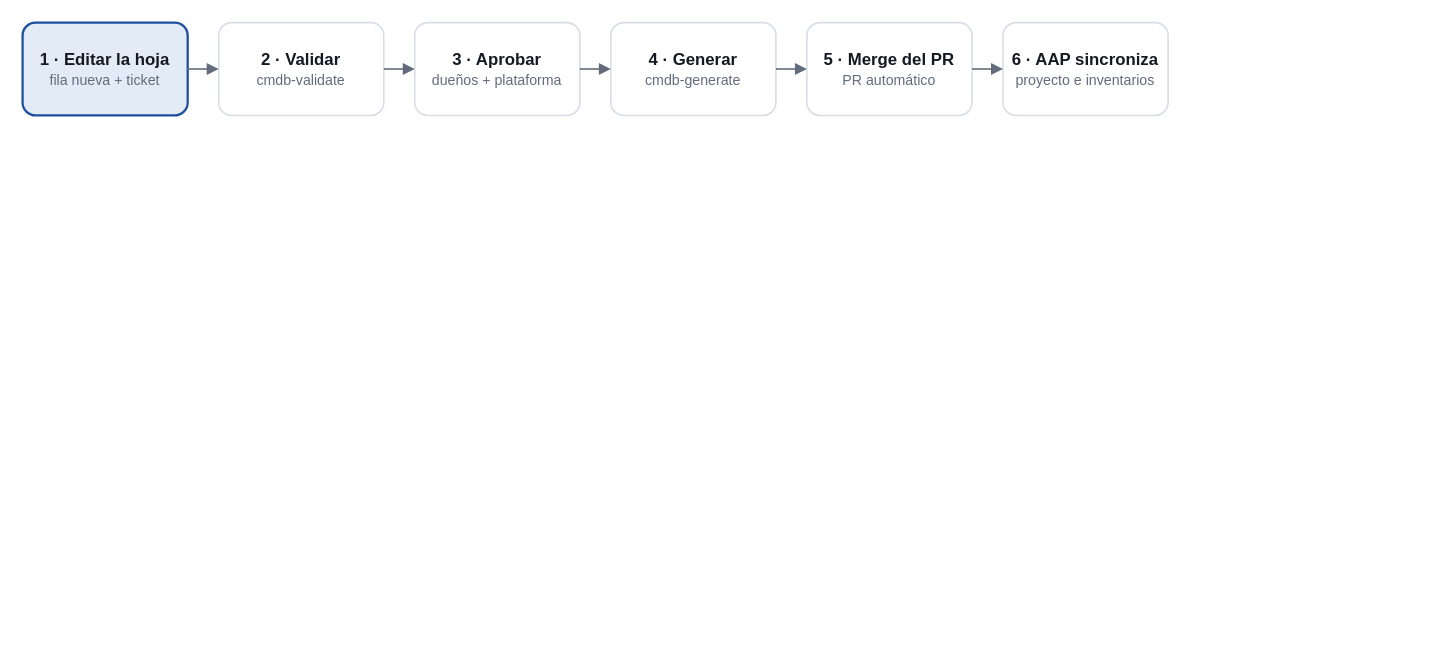
Before: 03-pipeline-hoja-de-alta.drawio in andresflorezp/test-code, a draw.io diagram. Source tidied: cells renumbered, new cells numbered last; positions are measured from the earlier drawing's top-left corner, leaving out a move shared by most shapes. Both pictures are drawn from the tidied source at 129%, with x=0, y=0 at pixel (22, 22).
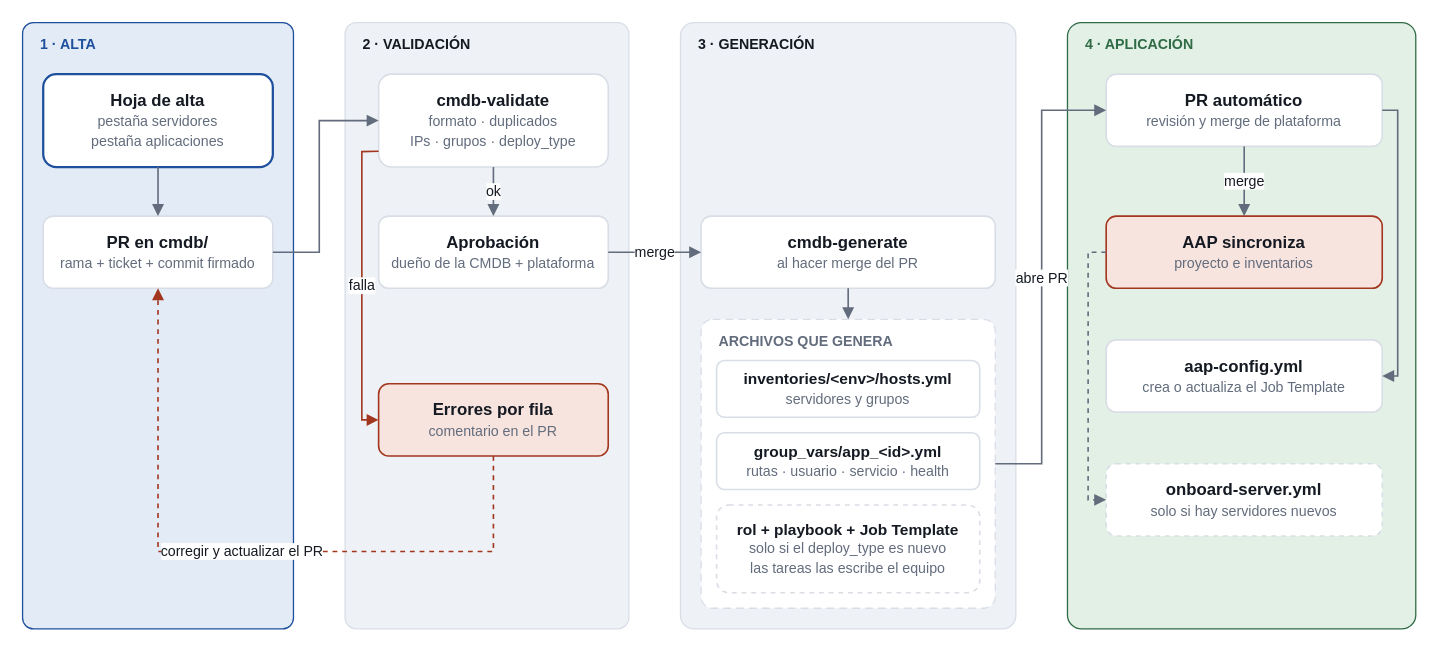
After the change.

Diff of the diagram source:
```diff
@@
-    <mxCell id="2" value="&lt;b&gt;1 · Editar la hoja&lt;/b&gt;&lt;br&gt;&lt;font style=&quot;font-size:11px&quot; color=&quot;#626c7c&quot;&gt;fila nueva + ticket&lt;/font&gt;" style="rounded=1;arcSize=14;whiteSpace=wrap;html=1;fillColor=#e3ebf7;strokeColor=#1d4f9c;strokeWidth=1.75;fontColor=#141922;fontSize=13;" parent="1" vertex="1">
-      <mxGeometry width="128" height="72" as="geometry" />
+    <mxCell id="2" value="1 · ALTA" style="rounded=1;arcSize=4;whiteSpace=wrap;html=1;fillColor=#e3ebf7;strokeColor=#1d4f9c;verticalAlign=top;align=left;spacingLeft=12;spacingTop=4;fontStyle=1;fontSize=11;fontColor=#1d4f9c;" parent="1" vertex="1">
+      <mxGeometry width="210" height="470" as="geometry" />
     </mxCell>
-    <mxCell id="3" value="&lt;b&gt;2 · Validar&lt;/b&gt;&lt;br&gt;&lt;font style=&quot;font-size:11px&quot; color=&quot;#626c7c&quot;&gt;cmdb-validate&lt;/font&gt;" style="rounded=1;arcSize=14;whiteSpace=wrap;html=1;fillColor=#ffffff;strokeColor=#d9dee6;strokeWidth=1.25;fontColor=#141922;fontSize=13;" parent="1" vertex="1">
-      <mxGeometry x="152" width="128" height="72" as="geometry" />
+    <mxCell id="3" value="2 · VALIDACIÓN" style="rounded=1;arcSize=4;whiteSpace=wrap;html=1;fillColor=#eef1f5;strokeColor=#d9dee6;verticalAlign=top;align=left;spacingLeft=12;spacingTop=4;fontStyle=1;fontSize=11;fontColor=#141922;" parent="1" vertex="1">
+      <mxGeometry x="250" width="220" height="470" as="geometry" />
     </mxCell>
-    <mxCell id="4" value="&lt;b&gt;3 · Aprobar&lt;/b&gt;&lt;br&gt;&lt;font style=&quot;font-size:11px&quot; color=&quot;#626c7c&quot;&gt;dueños + plataforma&lt;/font&gt;" style="rounded=1;arcSize=14;whiteSpace=wrap;html=1;fillColor=#ffffff;strokeColor=#d9dee6;strokeWidth=1.25;fontColor=#141922;fontSize=13;" parent="1" vertex="1">
-      <mxGeometry x="304" width="128" height="72" as="geometry" />
+    <mxCell id="4" value="3 · GENERACIÓN" style="rounded=1;arcSize=4;whiteSpace=wrap;html=1;fillColor=#eef1f5;strokeColor=#d9dee6;verticalAlign=top;align=left;spacingLeft=12;spacingTop=4;fontStyle=1;fontSize=11;fontColor=#141922;" parent="1" vertex="1">
+      <mxGeometry x="510" width="260" height="470" as="geometry" />
     </mxCell>
-    <mxCell id="5" value="&lt;b&gt;4 · Generar&lt;/b&gt;&lt;br&gt;&lt;font style=&quot;font-size:11px&quot; color=&quot;#626c7c&quot;&gt;cmdb-generate&lt;/font&gt;" style="rounded=1;arcSize=14;whiteSpace=wrap;html=1;fillColor=#ffffff;strokeColor=#d9dee6;strokeWidth=1.25;fontColor=#141922;fontSize=13;" parent="1" vertex="1">
-      <mxGeometry x="456" width="128" height="72" as="geometry" />
+    <mxCell id="5" value="4 · APLICACIÓN" style="rounded=1;arcSize=4;whiteSpace=wrap;html=1;fillColor=#e2f0e6;strokeColor=#2f6b45;verticalAlign=top;align=left;spacingLeft=12;spacingTop=4;fontStyle=1;fontSize=11;fontColor=#2f6b45;" parent="1" vertex="1">
+      <mxGeometry x="810" width="270" height="470" as="geometry" />
     </mxCell>
-    <mxCell id="6" value="&lt;b&gt;5 · Merge del PR&lt;/b&gt;&lt;br&gt;&lt;font style=&quot;font-size:11px&quot; color=&quot;#626c7c&quot;&gt;PR automático&lt;/font&gt;" style="rounded=1;arcSize=14;whiteSpace=wrap;html=1;fillColor=#ffffff;strokeColor=#d9dee6;strokeWidth=1.25;fontColor=#141922;fontSize=13;" parent="1" vertex="1">
-      <mxGeometry x="608" width="128" height="72" as="geometry" />
+    <mxCell id="6" value="&lt;b&gt;Hoja de alta&lt;/b&gt;&lt;br&gt;&lt;font style=&quot;font-size:11px&quot; color=&quot;#626c7c&quot;&gt;pestaña servidores&lt;/font&gt;&lt;br&gt;&lt;font style=&quot;font-size:11px&quot; color=&quot;#626c7c&quot;&gt;pestaña aplicaciones&lt;/font&gt;" style="rounded=1;arcSize=14;whiteSpace=wrap;html=1;fillColor=#ffffff;strokeColor=#1d4f9c;strokeWidth=1.75;fontColor=#141922;fontSize=13;" parent="1" vertex="1">
+      <mxGeometry x="16" y="40" width="178" height="72" as="geometry" />
     </mxCell>
-    <mxCell id="7" value="&lt;b&gt;6 · AAP sincroniza&lt;/b&gt;&lt;br&gt;&lt;font style=&quot;font-size:11px&quot; color=&quot;#626c7c&quot;&gt;proyecto e inventarios&lt;/font&gt;" style="rounded=1;arcSize=14;whiteSpace=wrap;html=1;fillColor=#ffffff;strokeColor=#d9dee6;strokeWidth=1.25;fontColor=#141922;fontSize=13;" parent="1" vertex="1">
-      <mxGeometry x="760" width="128" height="72" as="geometry" />
+    <mxCell id="7" value="&lt;b&gt;PR en cmdb/&lt;/b&gt;&lt;br&gt;&lt;font style=&quot;font-size:11px&quot; color=&quot;#626c7c&quot;&gt;rama + ticket + commit firmado&lt;/font&gt;" style="rounded=1;arcSize=14;whiteSpace=wrap;html=1;fillColor=#ffffff;strokeColor=#d9dee6;strokeWidth=1.25;fontColor=#141922;fontSize=13;" parent="1" vertex="1">
+      <mxGeometry x="16" y="150" width="178" height="56" as="geometry" />
     </mxCell>
-    <mxCell id="8" style="html=1;rounded=0;strokeColor=#626c7c;strokeWidth=1.25;fontSize=11;fontColor=#141922;labelBackgroundColor=#ffffff;endArrow=block;endFill=1;startArrow=none;startFill=1;edgeStyle=none;exitX=1;exitY=0.5;exitDx=0;exitDy=0;entryX=0;entryY=0.5;entryDx=0;entryDy=0;" parent="1" edge="1" source="2" target="3">
-      <mxGeometry relative="1" as="geometry" />
+    <mxCell id="8" value="&lt;b&gt;cmdb-validate&lt;/b&gt;&lt;br&gt;&lt;font style=&quot;font-size:11px&quot; color=&quot;#626c7c&quot;&gt;formato · duplicados&lt;/font&gt;&lt;br&gt;&lt;font style=&quot;font-size:11px&quot; color=&quot;#626c7c&quot;&gt;IPs · grupos · deploy_type&lt;/font&gt;" style="rounded=1;arcSize=14;whiteSpace=wrap;html=1;fillColor=#ffffff;strokeColor=#d9dee6;strokeWidth=1.25;fontColor=#141922;fontSize=13;" parent="1" vertex="1">
+      <mxGeometry x="276" y="40" width="178" height="72" as="geometry" />
     </mxCell>
-    <mxCell id="9" style="html=1;rounded=0;strokeColor=#626c7c;strokeWidth=1.25;fontSize=11;fontColor=#141922;labelBackgroundColor=#ffffff;endArrow=block;endFill=1;startArrow=none;startFill=1;edgeStyle=none;exitX=1;exitY=0.5;exitDx=0;exitDy=0;entryX=0;entryY=0.5;entryDx=0;entryDy=0;" parent="1" edge="1" source="3" target="4">
-      <mxGeometry relative="1" as="geometry" />
+    <mxCell id="9" value="&lt;b&gt;Aprobación&lt;/b&gt;&lt;br&gt;&lt;font style=&quot;font-size:11px&quot; color=&quot;#626c7c&quot;&gt;dueño de la CMDB + plataforma&lt;/font&gt;" style="rounded=1;arcSize=14;whiteSpace=wrap;html=1;fillColor=#ffffff;strokeColor=#d9dee6;strokeWidth=1.25;fontColor=#141922;fontSize=13;" parent="1" vertex="1">
+      <mxGeometry x="276" y="150" width="178" height="56" as="geometry" />
     </mxCell>
-    <mxCell id="10" style="html=1;rounded=0;strokeColor=#626c7c;strokeWidth=1.25;fontSize=11;fontColor=#141922;labelBackgroundColor=#ffffff;endArrow=block;endFill=1;startArrow=none;startFill=1;edgeStyle=none;exitX=1;exitY=0.5;exitDx=0;exitDy=0;entryX=0;entryY=0.5;entryDx=0;entryDy=0;" parent="1" edge="1" source="4" target="5">
-      <mxGeometry relative="1" as="geometry" />
+    <mxCell id="10" value="&lt;b&gt;Errores por fila&lt;/b&gt;&lt;br&gt;&lt;font style=&quot;font-size:11px&quot; color=&quot;#626c7c&quot;&gt;comentario en el PR&lt;/font&gt;" style="rounded=1;arcSize=14;whiteSpace=wrap;html=1;fillColor=#f8e4df;strokeColor=#a2361f;strokeWidth=1.25;fontColor=#141922;fontSize=13;" parent="1" vertex="1">
+      <mxGeometry x="276" y="280" width="178" height="56" as="geometry" />
     </mxCell>
-    <mxCell id="11" style="html=1;rounded=0;strokeColor=#626c7c;strokeWidth=1.25;fontSize=11;fontColor=#141922;labelBackgroundColor=#ffffff;endArrow=block;endFill=1;startArrow=none;startFill=1;edgeStyle=none;exitX=1;exitY=0.5;exitDx=0;exitDy=0;entryX=0;entryY=0.5;entryDx=0;entryDy=0;" parent="1" edge="1" source="5" target="6">
-      <mxGeometry relative="1" as="geometry" />
+    <mxCell id="11" value="&lt;b&gt;cmdb-generate&lt;/b&gt;&lt;br&gt;&lt;font style=&quot;font-size:11px&quot; color=&quot;#626c7c&quot;&gt;al hacer merge del PR&lt;/font&gt;" style="rounded=1;arcSize=14;whiteSpace=wrap;html=1;fillColor=#ffffff;strokeColor=#d9dee6;strokeWidth=1.25;fontColor=#141922;fontSize=13;" parent="1" vertex="1">
+      <mxGeometry x="526" y="150" width="228" height="56" as="geometry" />
     </mxCell>
-    <mxCell id="12" style="html=1;rounded=0;strokeColor=#626c7c;strokeWidth=1.25;fontSize=11;fontColor=#141922;labelBackgroundColor=#ffffff;endArrow=block;endFill=1;startArrow=none;startFill=1;edgeStyle=none;exitX=1;exitY=0.5;exitDx=0;exitDy=0;entryX=0;entryY=0.5;entryDx=0;entryDy=0;" parent="1" edge="1" source="6" target="7">
-      <mxGeometry relative="1" as="geometry" />
+    <mxCell id="12" value="ARCHIVOS QUE GENERA" style="rounded=1;arcSize=4;whiteSpace=wrap;html=1;fillColor=#ffffff;strokeColor=#d9dee6;verticalAlign=top;align=left;spacingLeft=12;spacingTop=4;fontStyle=1;fontSize=11;fontColor=#626c7c;dashed=1;dashPattern=6 4;" parent="1" vertex="1">
+      <mxGeometry x="526" y="230" width="228" height="224" as="geometry" />
     </mxCell>
+    <mxCell id="13" value="&lt;b&gt;inventories/&amp;lt;env&amp;gt;/hosts.yml&lt;/b&gt;&lt;br&gt;&lt;font style=&quot;font-size:11px&quot; color=&quot;#626c7c&quot;&gt;servidores y grupos&lt;/font&gt;" style="rounded=1;arcSize=14;whiteSpace=wrap;html=1;fillColor=#ffffff;strokeColor=#d9dee6;strokeWidth=1.25;fontColor=#141922;fontSize=12;" parent="1" vertex="1">
+      <mxGeometry x="538" y="262" width="204" height="44" as="geometry" />
+    </mxCell>
+    <mxCell id="14" value="&lt;b&gt;group_vars/app_&amp;lt;id&amp;gt;.yml&lt;/b&gt;&lt;br&gt;&lt;font style=&quot;font-size:11px&quot; color=&quot;#626c7c&quot;&gt;rutas · usuario · servicio · health&lt;/font&gt;" style="rounded=1;arcSize=14;whiteSpace=wrap;html=1;fillColor=#ffffff;strokeColor=#d9dee6;strokeWidth=1.25;fontColor=#141922;fontSize=12;" parent="1" vertex="1">
+      <mxGeometry x="538" y="318" width="204" height="44" as="geometry" />
+    </mxCell>
+    <mxCell id="15" value="&lt;b&gt;rol + playbook + Job Template&lt;/b&gt;&lt;br&gt;&lt;font style=&quot;font-size:11px&quot; color=&quot;#626c7c&quot;&gt;solo si el deploy_type es nuevo&lt;/font&gt;&lt;br&gt;&lt;font style=&quot;font-size:11px&quot; color=&quot;#626c7c&quot;&gt;las tareas las escribe el equipo&lt;/font&gt;" style="rounded=1;arcSize=14;whiteSpace=wrap;html=1;fillColor=#ffffff;strokeColor=#d9dee6;strokeWidth=1.25;fontColor=#141922;fontSize=12;dashed=1;" parent="1" vertex="1">
+      <mxGeometry x="538" y="374" width="204" height="68" as="geometry" />
+    </mxCell>
+    <mxCell id="16" value="&lt;b&gt;PR automático&lt;/b&gt;&lt;br&gt;&lt;font style=&quot;font-size:11px&quot; color=&quot;#626c7c&quot;&gt;revisión y merge de plataforma&lt;/font&gt;" style="rounded=1;arcSize=14;whiteSpace=wrap;html=1;fillColor=#ffffff;strokeColor=#d9dee6;strokeWidth=1.25;fontColor=#141922;fontSize=13;" parent="1" vertex="1">
+      <mxGeometry x="840" y="40" width="214" height="56" as="geometry" />
+    </mxCell>
+    <mxCell id="17" value="&lt;b&gt;AAP sincroniza&lt;/b&gt;&lt;br&gt;&lt;font style=&quot;font-size:11px&quot; color=&quot;#626c7c&quot;&gt;proyecto e inventarios&lt;/font&gt;" style="rounded=1;arcSize=14;whiteSpace=wrap;html=1;fillColor=#f8e4df;strokeColor=#a2361f;strokeWidth=1.25;fontColor=#141922;fontSize=13;" parent="1" vertex="1">
+      <mxGeometry x="840" y="150" width="214" height="56" as="geometry" />
+    </mxCell>
+    <mxCell id="18" value="&lt;b&gt;aap-config.yml&lt;/b&gt;&lt;br&gt;&lt;font style=&quot;font-size:11px&quot; color=&quot;#626c7c&quot;&gt;crea o actualiza el Job Template&lt;/font&gt;" style="rounded=1;arcSize=14;whiteSpace=wrap;html=1;fillColor=#ffffff;strokeColor=#d9dee6;strokeWidth=1.25;fontColor=#141922;fontSize=13;" parent="1" vertex="1">
+      <mxGeometry x="840" y="246" width="214" height="56" as="geometry" />
+    </mxCell>
+    <mxCell id="19" value="&lt;b&gt;onboard-server.yml&lt;/b&gt;&lt;br&gt;&lt;font style=&quot;font-size:11px&quot; color=&quot;#626c7c&quot;&gt;solo si hay servidores nuevos&lt;/font&gt;" style="rounded=1;arcSize=14;whiteSpace=wrap;html=1;fillColor=#ffffff;strokeColor=#d9dee6;strokeWidth=1.25;fontColor=#141922;fontSize=13;dashed=1;" parent="1" vertex="1">
+      <mxGeometry x="840" y="342" width="214" height="56" as="geometry" />
+    </mxCell>
+    <mxCell id="20" style="html=1;rounded=0;strokeColor=#626c7c;strokeWidth=1.25;fontSize=11;fontColor=#141922;labelBackgroundColor=#ffffff;endArrow=block;endFill=1;startArrow=none;startFill=1;edgeStyle=none;exitX=0.5;exitY=1;exitDx=0;exitDy=0;entryX=0.5;entryY=0;entryDx=0;entryDy=0;" parent="1" edge="1" source="6" target="7">
+      <mxGeometry relative="1" as="geometry" />
+    </mxCell>
+    <mxCell id="21" style="html=1;rounded=0;strokeColor=#626c7c;strokeWidth=1.25;fontSize=11;fontColor=#141922;labelBackgroundColor=#ffffff;endArrow=block;endFill=1;startArrow=none;startFill=1;edgeStyle=none;exitX=1;exitY=0.5;exitDx=0;exitDy=0;entryX=0;entryY=0.5;entryDx=0;entryDy=0;" parent="1" edge="1" source="7" target="8">
+      <mxGeometry relative="1" as="geometry">
+        <Array as="points">
+          <mxPoint x="230" y="178" />
+          <mxPoint x="230" y="76" />
+        </Array>
+      </mxGeometry>
+    </mxCell>
+    <mxCell id="22" value="ok" style="html=1;rounded=0;strokeColor=#626c7c;strokeWidth=1.25;fontSize=11;fontColor=#141922;labelBackgroundColor=#ffffff;endArrow=block;endFill=1;startArrow=none;startFill=1;edgeStyle=none;exitX=0.5;exitY=1;exitDx=0;exitDy=0;entryX=0.5;entryY=0;entryDx=0;entryDy=0;" parent="1" edge="1" source="8" target="9">
+      <mxGeometry relative="1" as="geometry" />
+    </mxCell>
+    <mxCell id="23" value="falla" style="html=1;rounded=0;strokeColor=#a2361f;strokeWidth=1.25;fontSize=11;fontColor=#141922;labelBackgroundColor=#ffffff;endArrow=block;endFill=1;startArrow=none;startFill=1;edgeStyle=none;exitX=0;exitY=0.83;exitDx=0;exitDy=0;entryX=0;entryY=0.5;entryDx=0;entryDy=0;" parent="1" edge="1" source="8" target="10">
+      <mxGeometry relative="1" as="geometry">
+        <Array as="points">
+          <mxPoint x="263" y="100" />
+          <mxPoint x="263" y="308" />
+        </Array>
+      </mxGeometry>
+    </mxCell>
+    <mxCell id="24" value="corregir y actualizar el PR" style="html=1;rounded=0;strokeColor=#a2361f;strokeWidth=1.25;fontSize=11;fontColor=#141922;labelBackgroundColor=#ffffff;endArrow=block;endFill=1;startArrow=none;startFill=1;dashed=1;edgeStyle=none;exitX=0.5;exitY=1;exitDx=0;exitDy=0;entryX=0.5;entryY=1;entryDx=0;entryDy=0;" parent="1" edge="1" source="10" target="7">
+      <mxGeometry relative="1" as="geometry">
+        <Array as="points">
+          <mxPoint x="365" y="410" />
+          <mxPoint x="105" y="410" />
+        </Array>
+      </mxGeometry>
+    </mxCell>
+    <mxCell id="25" value="merge" style="html=1;rounded=0;strokeColor=#626c7c;strokeWidth=1.25;fontSize=11;fontColor=#141922;labelBackgroundColor=#ffffff;endArrow=block;endFill=1;startArrow=none;startFill=1;edgeStyle=none;exitX=1;exitY=0.5;exitDx=0;exitDy=0;entryX=0;entryY=0.5;entryDx=0;entryDy=0;" parent="1" edge="1" source="9" target="11">
+      <mxGeometry relative="1" as="geometry" />
+    </mxCell>
+    <mxCell id="26" style="html=1;rounded=0;strokeColor=#626c7c;strokeWidth=1.25;fontSize=11;fontColor=#141922;labelBackgroundColor=#ffffff;endArrow=block;endFill=1;startArrow=none;startFill=1;edgeStyle=none;exitX=0.5;exitY=1;exitDx=0;exitDy=0;entryX=0.5;entryY=0;entryDx=0;entryDy=0;" parent="1" edge="1" source="11" target="12">
+      <mxGeometry relative="1" as="geometry" />
+    </mxCell>
+    <mxCell id="27" value="abre PR" style="html=1;rounded=0;strokeColor=#626c7c;strokeWidth=1.25;fontSize=11;fontColor=#141922;labelBackgroundColor=#ffffff;endArrow=block;endFill=1;startArrow=none;startFill=1;edgeStyle=none;exitX=1;exitY=0.5;exitDx=0;exitDy=0;entryX=0;entryY=0.5;entryDx=0;entryDy=0;" parent="1" edge="1" source="12" target="16">
+      <mxGeometry relative="1" as="geometry">
+        <Array as="points">
+          <mxPoint x="790" y="342" />
+          <mxPoint x="790" y="68" />
+        </Array>
+      </mxGeometry>
+    </mxCell>
+    <mxCell id="28" value="merge" style="html=1;rounded=0;strokeColor=#626c7c;strokeWidth=1.25;fontSize=11;fontColor=#141922;labelBackgroundColor=#ffffff;endArrow=block;endFill=1;startArrow=none;startFill=1;edgeStyle=none;exitX=0.5;exitY=1;exitDx=0;exitDy=0;entryX=0.5;entryY=0;entryDx=0;entryDy=0;" parent="1" edge="1" source="16" target="17">
+      <mxGeometry relative="1" as="geometry" />
+    </mxCell>
+    <mxCell id="29" style="html=1;rounded=0;strokeColor=#626c7c;strokeWidth=1.25;fontSize=11;fontColor=#141922;labelBackgroundColor=#ffffff;endArrow=block;endFill=1;startArrow=none;startFill=1;edgeStyle=none;exitX=1;exitY=0.5;exitDx=0;exitDy=0;entryX=1;entryY=0.5;entryDx=0;entryDy=0;" parent="1" edge="1" source="16" target="18">
+      <mxGeometry relative="1" as="geometry">
+        <Array as="points">
+          <mxPoint x="1066" y="68" />
+          <mxPoint x="1066" y="274" />
+        </Array>
+      </mxGeometry>
+    </mxCell>
+    <mxCell id="30" style="html=1;rounded=0;strokeColor=#626c7c;strokeWidth=1.25;fontSize=11;fontColor=#141922;labelBackgroundColor=#ffffff;endArrow=block;endFill=1;startArrow=none;startFill=1;dashed=1;edgeStyle=none;exitX=0;exitY=0.5;exitDx=0;exitDy=0;entryX=0;entryY=0.5;entryDx=0;entryDy=0;" parent="1" edge="1" source="17" target="19">
+      <mxGeometry relative="1" as="geometry">
+        <Array as="points">
+          <mxPoint x="826" y="178" />
+          <mxPoint x="826" y="370" />
+        </Array>
+      </mxGeometry>
+    </mxCell>
```
